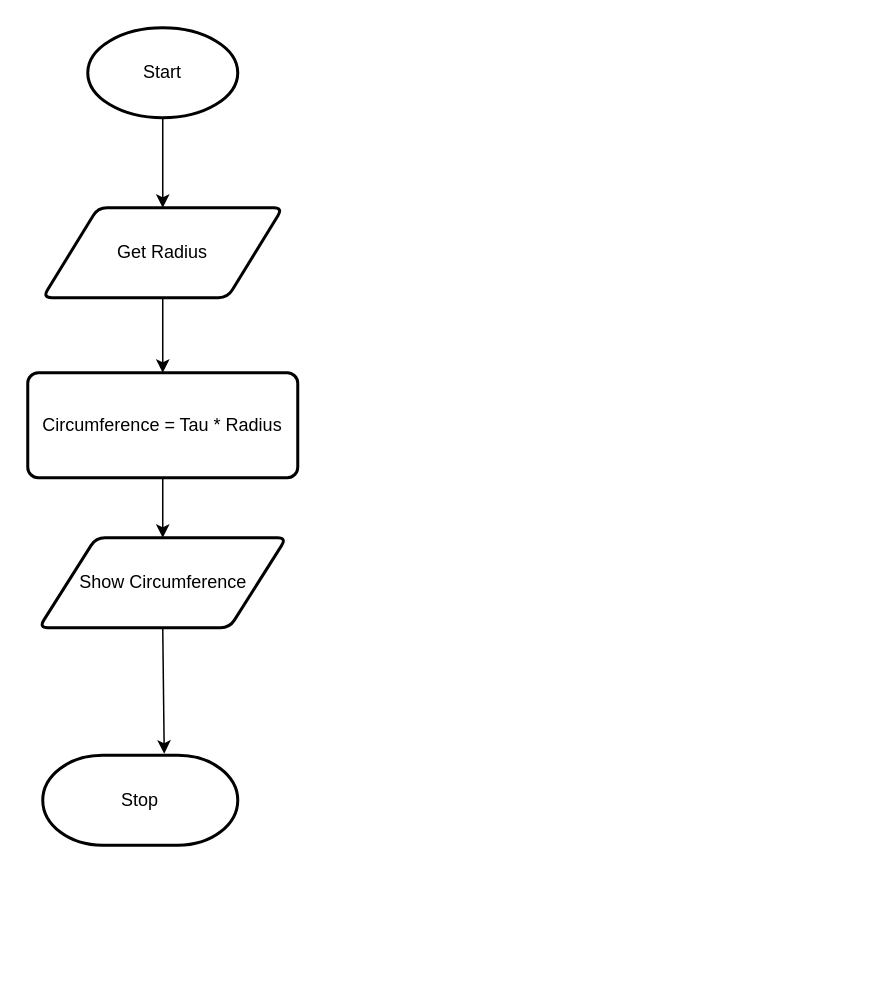
Ethan-Prieur1/ICS3U-Unit5-03-Python keeps this draw.io diagram as flowchart.drawio. Above is the earlier version. Source tidied: cells renumbered, new cells numbered last; positions are measured from the earlier drawing's top-left corner, leaving out a move shared by most shapes. Both pictures are drawn from the tidied source at 150%, with x=0, y=0 at pixel (27, 27).
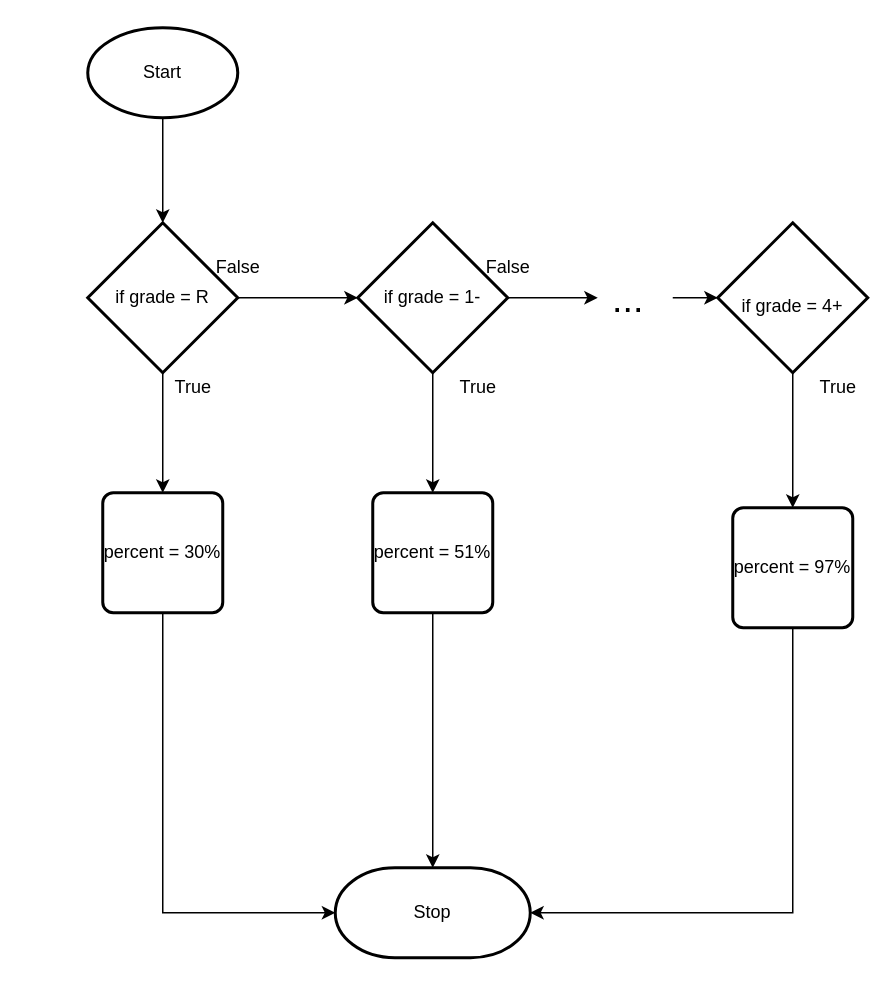
Above is the later version.

Commit message (it also covers changes not shown here):
breaking my back just to know your name

Unchanged cells that the change refers to:
```xml
<mxCell id="3" value="Start" style="strokeWidth=2;html=1;shape=mxgraph.flowchart.start_1;whiteSpace=wrap;" parent="1" vertex="1">
  <mxGeometry x="40" width="100" height="60" as="geometry" />
</mxCell>
```

Change to the diagram source:
```diff
@@
-    <mxCell id="2" style="edgeStyle=none;html=1;exitX=0.5;exitY=1;exitDx=0;exitDy=0;exitPerimeter=0;entryX=0.5;entryY=0;entryDx=0;entryDy=0;" parent="1" edge="1" source="3" target="5">
+    <mxCell id="2" style="edgeStyle=none;html=1;exitX=0.5;exitY=1;exitDx=0;exitDy=0;exitPerimeter=0;" parent="1" edge="1" source="3" target="13">
       <mxGeometry relative="1" as="geometry" />
     </mxCell>
@@
-    <mxCell id="4" style="edgeStyle=none;html=1;exitX=0.5;exitY=1;exitDx=0;exitDy=0;entryX=0.5;entryY=0;entryDx=0;entryDy=0;" parent="1" edge="1" source="5" target="7">
-      <mxGeometry relative="1" as="geometry" />
-    </mxCell>
-    <mxCell id="5" value="Get Radius" style="shape=parallelogram;html=1;strokeWidth=2;perimeter=parallelogramPerimeter;whiteSpace=wrap;rounded=1;arcSize=12;size=0.23;" parent="1" vertex="1">
-      <mxGeometry x="10" y="120" width="160" height="60" as="geometry" />
-    </mxCell>
-    <mxCell id="6" style="edgeStyle=none;html=1;exitX=0.5;exitY=1;exitDx=0;exitDy=0;entryX=0.5;entryY=0;entryDx=0;entryDy=0;" parent="1" edge="1" source="7" target="9">
-      <mxGeometry relative="1" as="geometry" />
-    </mxCell>
-    <mxCell id="7" value="Circumference = Tau * Radius" style="rounded=1;whiteSpace=wrap;html=1;absoluteArcSize=1;arcSize=14;strokeWidth=2;" parent="1" vertex="1">
-      <mxGeometry y="230" width="180" height="70" as="geometry" />
-    </mxCell>
-    <mxCell id="8" style="edgeStyle=none;html=1;exitX=0.5;exitY=1;exitDx=0;exitDy=0;entryX=0.623;entryY=-0.017;entryDx=0;entryDy=0;entryPerimeter=0;" parent="1" edge="1" source="9" target="10">
-      <mxGeometry relative="1" as="geometry" />
-    </mxCell>
-    <mxCell id="9" value="Show Circumference" style="shape=parallelogram;html=1;strokeWidth=2;perimeter=parallelogramPerimeter;whiteSpace=wrap;rounded=1;arcSize=12;size=0.23;" parent="1" vertex="1">
-      <mxGeometry x="7.5" y="340" width="165" height="60" as="geometry" />
-    </mxCell>
     <mxCell id="10" value="Stop" style="strokeWidth=2;html=1;shape=mxgraph.flowchart.terminator;whiteSpace=wrap;" parent="1" vertex="1">
-      <mxGeometry x="10" y="485" width="130" height="60" as="geometry" />
+      <mxGeometry x="205" y="560" width="130" height="60" as="geometry" />
     </mxCell>
+    <mxCell id="11" style="edgeStyle=none;html=1;" parent="1" edge="1" source="13" target="16">
+      <mxGeometry relative="1" as="geometry" />
+    </mxCell>
+    <mxCell id="12" style="edgeStyle=none;html=1;fontSize=12;" parent="1" edge="1" source="13" target="21">
+      <mxGeometry relative="1" as="geometry" />
+    </mxCell>
+    <mxCell id="13" value="if grade = R" style="strokeWidth=2;html=1;shape=mxgraph.flowchart.decision;whiteSpace=wrap;" parent="1" vertex="1">
+      <mxGeometry x="40" y="130" width="100" height="100" as="geometry" />
+    </mxCell>
+    <mxCell id="14" style="edgeStyle=none;html=1;" parent="1" edge="1" source="16">
+      <mxGeometry relative="1" as="geometry">
+        <mxPoint x="380" y="180" as="targetPoint" />
+      </mxGeometry>
+    </mxCell>
+    <mxCell id="15" style="edgeStyle=none;html=1;fontSize=12;" parent="1" edge="1" source="16" target="23">
+      <mxGeometry relative="1" as="geometry" />
+    </mxCell>
+    <mxCell id="16" value="if grade = 1-" style="strokeWidth=2;html=1;shape=mxgraph.flowchart.decision;whiteSpace=wrap;" parent="1" vertex="1">
+      <mxGeometry x="220" y="130" width="100" height="100" as="geometry" />
+    </mxCell>
+    <mxCell id="17" value="&lt;font style=&quot;font-size: 25px&quot;&gt;...&lt;/font&gt;" style="text;html=1;align=center;verticalAlign=middle;strokeColor=none;fillColor=none;" parent="1" vertex="1">
+      <mxGeometry x="380" y="170" width="40" height="20" as="geometry" />
+    </mxCell>
+    <mxCell id="18" style="edgeStyle=none;html=1;fontSize=12;" parent="1" edge="1" source="19" target="25">
+      <mxGeometry relative="1" as="geometry" />
+    </mxCell>
+    <mxCell id="19" value="&lt;span style=&quot;font-size: 12px&quot;&gt;if grade = 4+&lt;/span&gt;" style="strokeWidth=2;html=1;shape=mxgraph.flowchart.decision;whiteSpace=wrap;fontSize=25;" parent="1" vertex="1">
+      <mxGeometry x="460" y="130" width="100" height="100" as="geometry" />
+    </mxCell>
+    <mxCell id="20" style="edgeStyle=orthogonalEdgeStyle;html=1;exitX=0.5;exitY=1;exitDx=0;exitDy=0;entryX=0;entryY=0.5;entryDx=0;entryDy=0;entryPerimeter=0;fontSize=12;rounded=0;" parent="1" edge="1" source="21" target="10">
+      <mxGeometry relative="1" as="geometry" />
+    </mxCell>
+    <mxCell id="21" value="percent = 30%" style="rounded=1;whiteSpace=wrap;html=1;absoluteArcSize=1;arcSize=14;strokeWidth=2;fontSize=12;" parent="1" vertex="1">
+      <mxGeometry x="50" y="310" width="80" height="80" as="geometry" />
+    </mxCell>
+    <mxCell id="22" style="edgeStyle=none;html=1;exitX=0.5;exitY=1;exitDx=0;exitDy=0;entryX=0.5;entryY=0;entryDx=0;entryDy=0;entryPerimeter=0;fontSize=12;rounded=0;" parent="1" edge="1" source="23" target="10">
+      <mxGeometry relative="1" as="geometry" />
+    </mxCell>
+    <mxCell id="23" value="percent = 51%" style="rounded=1;whiteSpace=wrap;html=1;absoluteArcSize=1;arcSize=14;strokeWidth=2;fontSize=12;" parent="1" vertex="1">
+      <mxGeometry x="230" y="310" width="80" height="80" as="geometry" />
+    </mxCell>
+    <mxCell id="24" style="edgeStyle=orthogonalEdgeStyle;html=1;exitX=0.5;exitY=1;exitDx=0;exitDy=0;entryX=1;entryY=0.5;entryDx=0;entryDy=0;entryPerimeter=0;fontSize=12;rounded=0;" parent="1" edge="1" source="25" target="10">
+      <mxGeometry relative="1" as="geometry" />
+    </mxCell>
+    <mxCell id="25" value="percent = 97%" style="rounded=1;whiteSpace=wrap;html=1;absoluteArcSize=1;arcSize=14;strokeWidth=2;fontSize=12;" parent="1" vertex="1">
+      <mxGeometry x="470" y="320" width="80" height="80" as="geometry" />
+    </mxCell>
+    <mxCell id="26" style="endArrow=classic;html=1;rounded=0;fontSize=12;entryX=0;entryY=0.5;entryDx=0;entryDy=0;entryPerimeter=0;" parent="1" edge="1" target="19">
+      <mxGeometry relative="1" as="geometry">
+        <mxPoint x="430" y="180" as="sourcePoint" />
+      </mxGeometry>
+    </mxCell>
+    <mxCell id="27" value="False" style="text;html=1;align=center;verticalAlign=middle;strokeColor=none;fillColor=none;fontSize=12;" parent="1" vertex="1">
+      <mxGeometry x="115" y="150" width="50" height="20" as="geometry" />
+    </mxCell>
+    <mxCell id="28" value="False" style="text;html=1;align=center;verticalAlign=middle;strokeColor=none;fillColor=none;fontSize=12;" parent="1" vertex="1">
+      <mxGeometry x="295" y="150" width="50" height="20" as="geometry" />
+    </mxCell>
+    <mxCell id="29" value="True" style="text;html=1;align=center;verticalAlign=middle;strokeColor=none;fillColor=none;fontSize=12;" parent="1" vertex="1">
+      <mxGeometry x="90" y="230" width="40" height="20" as="geometry" />
+    </mxCell>
+    <mxCell id="30" value="True" style="text;html=1;align=center;verticalAlign=middle;strokeColor=none;fillColor=none;fontSize=12;" parent="1" vertex="1">
+      <mxGeometry x="280" y="230" width="40" height="20" as="geometry" />
+    </mxCell>
+    <mxCell id="31" value="True" style="text;html=1;align=center;verticalAlign=middle;strokeColor=none;fillColor=none;fontSize=12;" parent="1" vertex="1">
+      <mxGeometry x="520" y="230" width="40" height="20" as="geometry" />
+    </mxCell>
```
